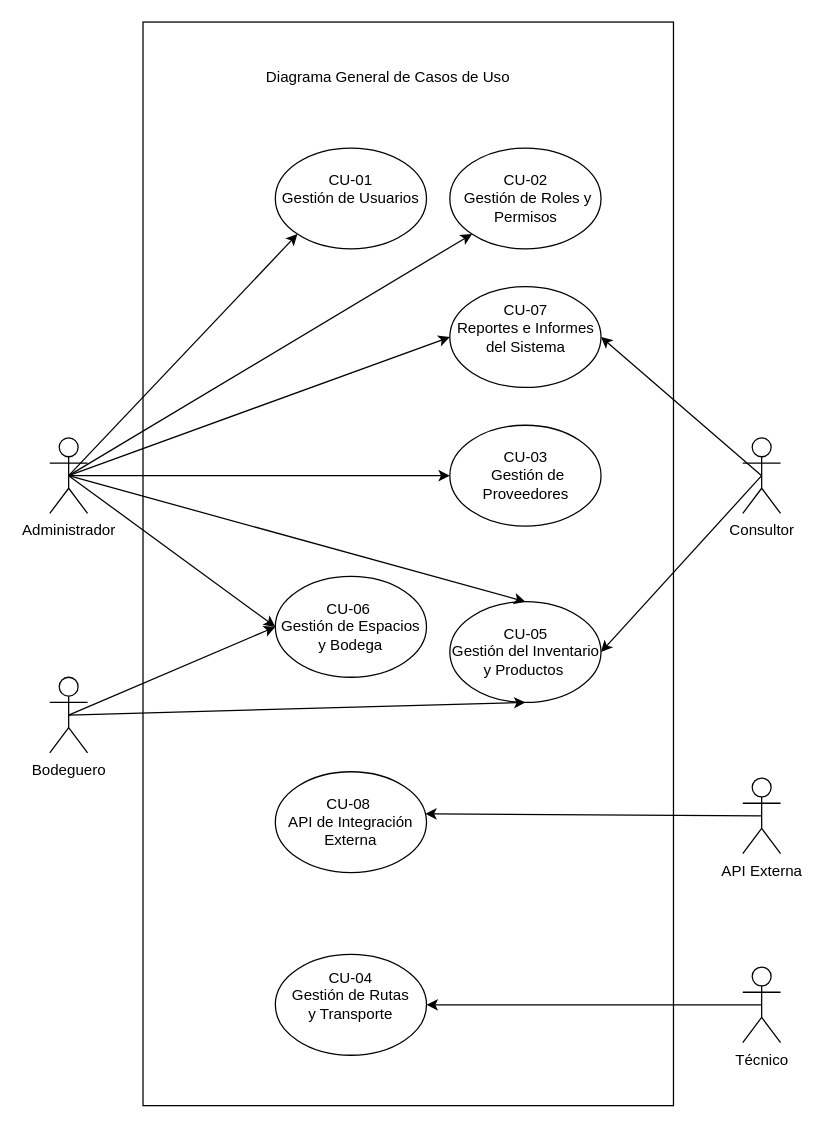
This is page "General" (1 of 9) of public/anexos/03-Diagramas/Diagramas_Casos_de_Usos.drawio from kevinZP-ai/pagina-web-almexa, a draw.io file, before an edit. Source tidied: cells renumbered, new cells numbered last; positions are measured from the earlier drawing's top-left corner, leaving out a move shared by most shapes. Both pictures are drawn from the tidied source at 126%, with x=0, y=0 at pixel (49, 21).
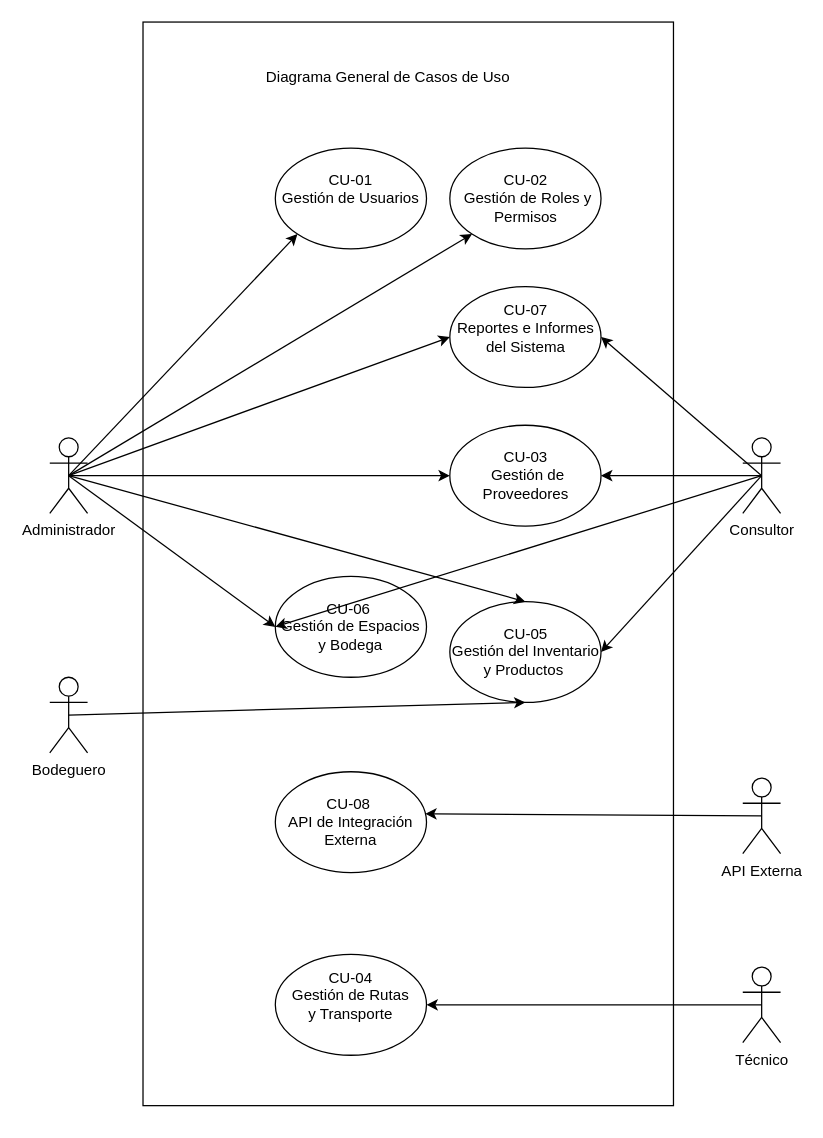
The same diagram, later.

Unchanged cells that the change refers to:
```xml
<mxCell id="4" value="CU-06&amp;nbsp;&lt;div&gt;Gestión de Espacios y Bodega&lt;/div&gt;" style="ellipse;whiteSpace=wrap;html=1;" parent="1" vertex="1">
  <mxGeometry x="179" y="440" width="120" height="80" as="geometry" />
</mxCell>
<mxCell id="10" value="Consultor&lt;div&gt;&lt;br&gt;&lt;/div&gt;" style="shape=umlActor;verticalLabelPosition=bottom;verticalAlign=top;html=1;outlineConnect=0;" parent="1" vertex="1">
  <mxGeometry x="550" y="330" width="30" height="60" as="geometry" />
</mxCell>
<mxCell id="11" value="Bodeguero&lt;div&gt;&lt;br&gt;&lt;/div&gt;" style="shape=umlActor;verticalLabelPosition=bottom;verticalAlign=top;html=1;outlineConnect=0;" parent="1" vertex="1">
  <mxGeometry y="520" width="30" height="60" as="geometry" />
</mxCell>
<mxCell id="14" value="CU-03&lt;div&gt;&amp;nbsp;Gestión de Proveedores&lt;/div&gt;" style="ellipse;whiteSpace=wrap;html=1;" parent="1" vertex="1">
  <mxGeometry x="317.5" y="320" width="120" height="80" as="geometry" />
</mxCell>
```

Diff of the diagram source:
```diff
@@
+    <mxCell id="31" style="endArrow=classic;html=1;rounded=0;exitX=0.5;exitY=0.5;exitDx=0;exitDy=0;exitPerimeter=0;entryX=1;entryY=0.5;entryDx=0;entryDy=0;endFill=1;" parent="1" edge="1" source="10" target="14">
+      <mxGeometry relative="1" as="geometry" />
+    </mxCell>
@@
-    <mxCell id="25" style="endArrow=classic;html=1;rounded=0;exitX=0.5;exitY=0.5;exitDx=0;exitDy=0;exitPerimeter=0;entryX=0;entryY=0.5;entryDx=0;entryDy=0;endFill=1;" parent="1" edge="1" source="11" target="4">
+    <mxCell id="25" style="endArrow=classic;html=1;rounded=0;exitX=0.5;exitY=0.5;exitDx=0;exitDy=0;exitPerimeter=0;entryX=0;entryY=0.5;entryDx=0;entryDy=0;endFill=1;" parent="1" edge="1" source="10" target="4">
       <mxGeometry relative="1" as="geometry" />
     </mxCell>
```
